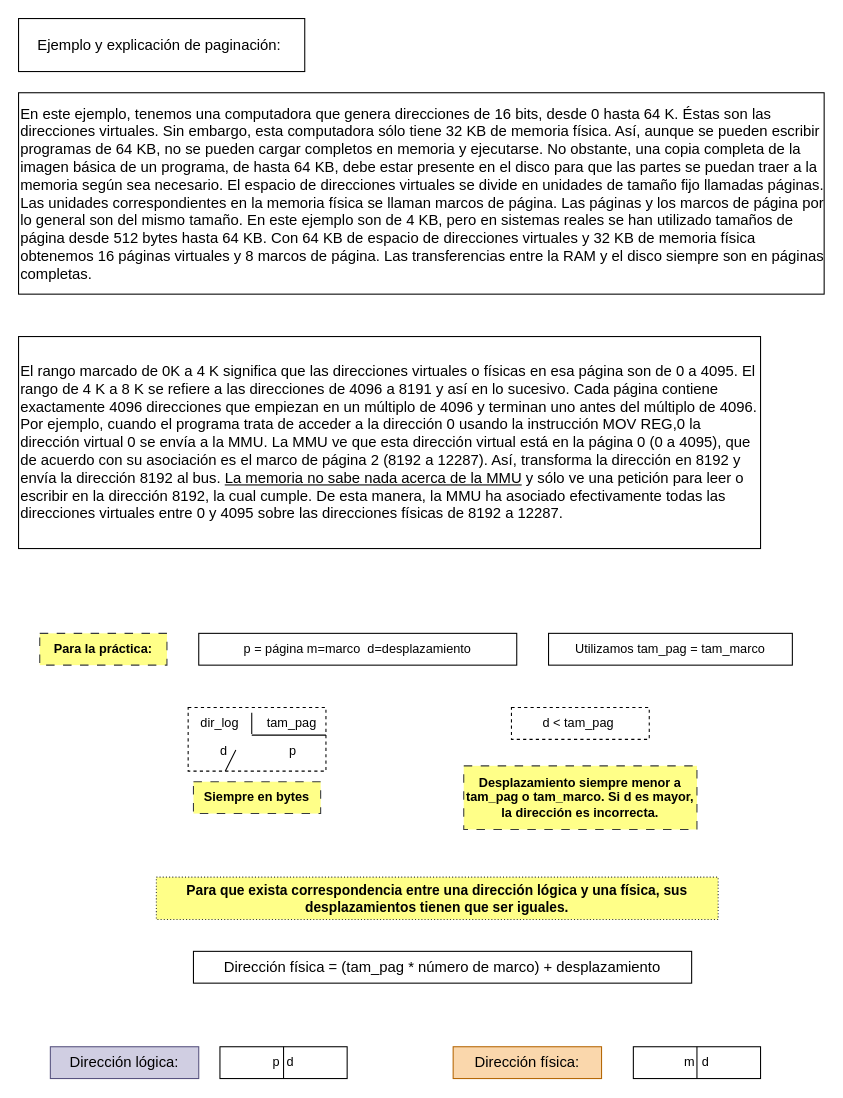
Before: page "Página-2" (3 of 4) of Sistemas Operativos 1/Clase 5 - Administración de memoria.drawio in RMSabrina/Apuntes-Universitarios, a draw.io diagram. Source tidied: cells renumbered, new cells numbered last; positions are measured from the earlier drawing's top-left corner, leaving out a move shared by most shapes. Both pictures are drawn from the tidied source at 106%, with x=0, y=0 at pixel (18, 18).
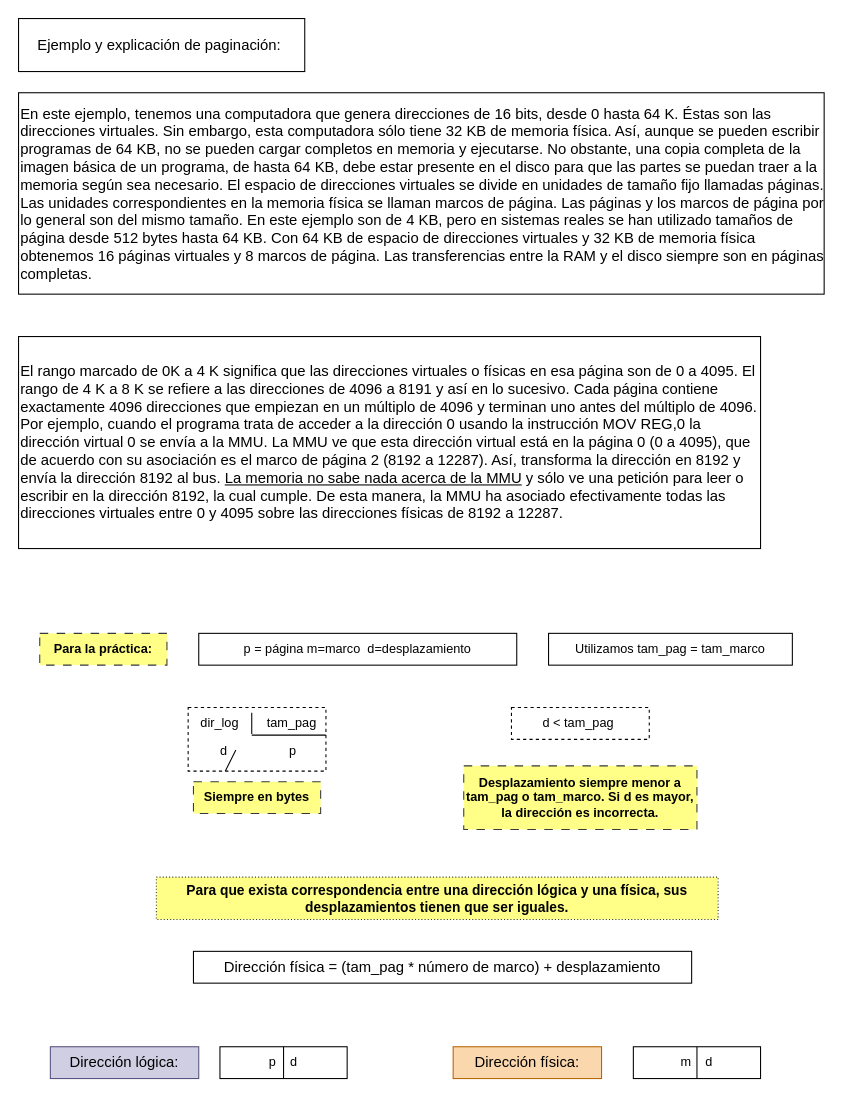
Above is the later version.

The edit, as a diff of the source:
```diff
@@
-    <mxCell id="20" value="p&lt;span style=&quot;white-space: pre;&quot;&gt; &lt;/span&gt;&lt;span style=&quot;white-space: pre;&quot;&gt; &lt;/span&gt;d" style="rounded=0;whiteSpace=wrap;html=1;" parent="1" vertex="1">
+    <mxCell id="20" value="p&lt;span style=&quot;white-space: pre;&quot;&gt; &lt;/span&gt;&lt;span style=&quot;white-space: pre;&quot;&gt; &lt;span style=&quot;white-space: pre;&quot;&gt; &lt;/span&gt;&lt;span style=&quot;white-space: pre;&quot;&gt; &lt;/span&gt;&lt;/span&gt;d" style="rounded=0;whiteSpace=wrap;html=1;" parent="1" vertex="1">
       <mxGeometry x="190" y="970" width="120" height="30" as="geometry" />
     </mxCell>
@@
-    <mxCell id="22" value="m&lt;span style=&quot;white-space: pre;&quot;&gt; &lt;/span&gt;&lt;span style=&quot;white-space: pre;&quot;&gt; &lt;/span&gt;d" style="rounded=0;whiteSpace=wrap;html=1;" parent="1" vertex="1">
+    <mxCell id="22" value="m&lt;span style=&quot;white-space: pre;&quot;&gt; &lt;/span&gt;&lt;span style=&quot;white-space: pre;&quot;&gt; &lt;span style=&quot;white-space: pre;&quot;&gt; &lt;/span&gt;&lt;span style=&quot;white-space: pre;&quot;&gt; &lt;/span&gt;&lt;/span&gt;d" style="rounded=0;whiteSpace=wrap;html=1;" parent="1" vertex="1">
       <mxGeometry x="580" y="970" width="120" height="30" as="geometry" />
     </mxCell>
```
